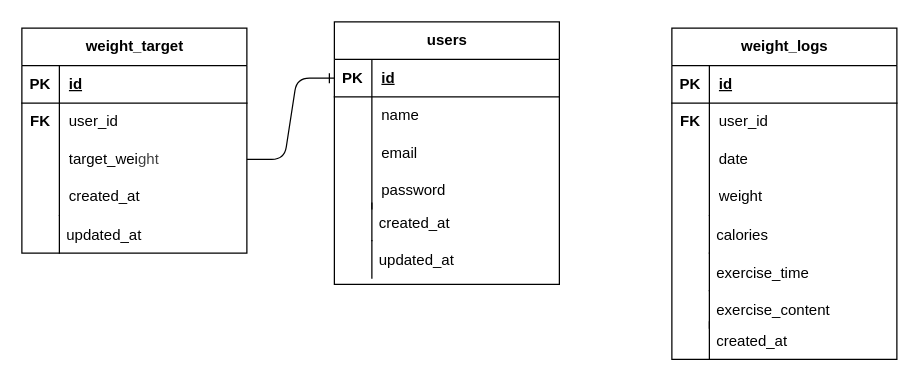
Before: ER.drawio in sayakakodama/pigly, a draw.io diagram. Source tidied: cells renumbered, new cells numbered last; positions are measured from the earlier drawing's top-left corner, leaving out a move shared by most shapes. Both pictures are drawn from the tidied source at 125%, with x=0, y=0 at pixel (21, 21).
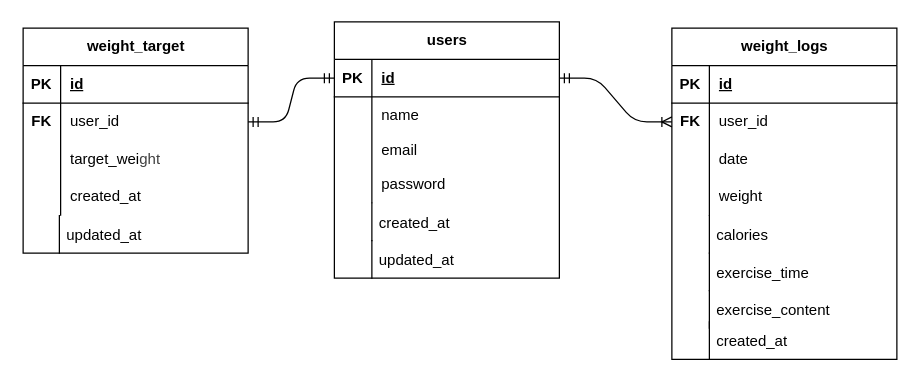
The same page after the edit.

Unchanged cells that the change refers to:
```xml
<mxCell id="6" style="shape=tableRow;horizontal=0;startSize=0;swimlaneHead=0;swimlaneBody=0;fillColor=none;points=[[0,0.5],[1,0.5]];portConstraint=eastwest;top=0;left=0;right=0;bottom=0;" parent="2" vertex="1">
  <mxGeometry y="60" width="180" height="30" as="geometry" />
</mxCell>
<mxCell id="9" style="shape=tableRow;horizontal=0;startSize=0;swimlaneHead=0;swimlaneBody=0;fillColor=none;points=[[0,0.5],[1,0.5]];portConstraint=eastwest;top=0;left=0;right=0;bottom=0;" parent="2" vertex="1">
  <mxGeometry y="90" width="180" height="30" as="geometry" />
</mxCell>
<mxCell id="16" style="shape=tableRow;horizontal=0;startSize=0;swimlaneHead=0;swimlaneBody=0;fillColor=none;points=[[0,0.5],[1,0.5]];portConstraint=eastwest;top=0;left=0;right=0;bottom=1;" parent="15" vertex="1">
  <mxGeometry y="30" width="180" height="30" as="geometry" />
</mxCell>
```

Diff of the diagram source:
```diff
@@
     <mxCell id="2" value="weight_target" style="shape=table;startSize=30;childLayout=tableLayout;rowLines=0;fontStyle=1;align=center;html=1;" parent="1" vertex="1">
-      <mxGeometry y="5" width="180" height="180" as="geometry" />
+      <mxGeometry x="1" y="5" width="180" height="180" as="geometry" />
     </mxCell>
@@
     <mxCell id="15" value="users" style="shape=table;startSize=30;childLayout=tableLayout;rowLines=0;fontStyle=1;align=center;html=1;" parent="1" vertex="1">
-      <mxGeometry x="250" width="180" height="210" as="geometry" />
+      <mxGeometry x="250" width="180" height="205" as="geometry" />
     </mxCell>
@@
     <mxCell id="22" style="shape=tableRow;horizontal=0;startSize=0;swimlaneHead=0;swimlaneBody=0;fillColor=none;top=0;left=0;right=0;bottom=0;" parent="15" vertex="1">
-      <mxGeometry y="90" width="180" height="30" as="geometry" />
+      <mxGeometry y="90" width="180" height="25" as="geometry" />
     </mxCell>
     <mxCell id="23" style="shape=partialRectangle;fillColor=none;top=0;left=0;bottom=0;right=0;overflow=hidden;whiteSpace=wrap;html=1;" parent="22" vertex="1">
-      <mxGeometry width="30" height="30" as="geometry" />
+      <mxGeometry width="30" height="25" as="geometry" />
     </mxCell>
     <mxCell id="24" value="email" style="shape=partialRectangle;fillColor=none;top=0;left=0;bottom=0;right=0;align=left;spacingLeft=6;overflow=hidden;whiteSpace=wrap;html=1;" parent="22" vertex="1">
-      <mxGeometry x="30" width="150" height="30" as="geometry" />
+      <mxGeometry x="30" width="150" height="25" as="geometry" />
     </mxCell>
     <mxCell id="25" style="shape=tableRow;horizontal=0;startSize=0;swimlaneHead=0;swimlaneBody=0;fillColor=none;top=0;left=0;right=0;bottom=0;" parent="15" vertex="1">
-      <mxGeometry y="120" width="180" height="30" as="geometry" />
+      <mxGeometry y="115" width="180" height="30" as="geometry" />
     </mxCell>
@@
-    <mxCell id="55" style="edgeStyle=entityRelationEdgeStyle;fontSize=12;html=1;endArrow=ERone;endFill=1;entryX=0;entryY=0.5;entryDx=0;entryDy=0;exitX=1;exitY=0.5;exitDx=0;exitDy=0;" parent="1" edge="1" source="9" target="16">
+    <mxCell id="55" style="edgeStyle=entityRelationEdgeStyle;fontSize=12;html=1;endArrow=ERmandOne;endFill=0;entryX=0;entryY=0.5;entryDx=0;entryDy=0;exitX=1;exitY=0.5;exitDx=0;exitDy=0;startArrow=ERmandOne;startFill=0;" parent="1" edge="1" source="6" target="16">
       <mxGeometry relative="1" as="geometry">
         <Array as="points">
           <mxPoint x="30" y="185" />
           <mxPoint x="230" y="45" />
           <mxPoint x="240" y="45" />
           <mxPoint x="249" y="45" />
         </Array>
       </mxGeometry>
     </mxCell>
+    <mxCell id="56" style="edgeStyle=entityRelationEdgeStyle;fontSize=12;html=1;endArrow=ERoneToMany;startArrow=ERmandOne;exitX=1;exitY=0.5;exitDx=0;exitDy=0;endFill=0;" parent="1" edge="1" source="16">
+      <mxGeometry relative="1" as="geometry">
+        <mxPoint x="520" y="80" as="targetPoint" />
+      </mxGeometry>
+    </mxCell>
```
